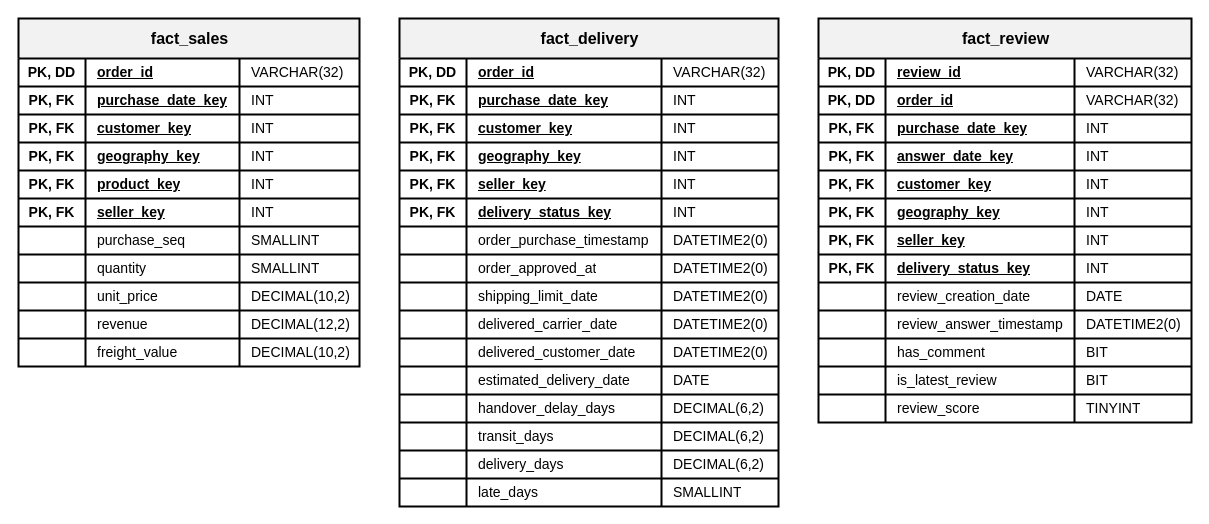
Above: page "[Seminar] - Fact" (2 of 3) of docs/images/dds_schema.drawio in TrucHang676/bi-miniproject (draw.io), before the change. Source tidied: cells renumbered, new cells numbered last; positions are measured from the earlier drawing's top-left corner, leaving out a move shared by most shapes. Both pictures are drawn from the tidied source at 100%, with x=0, y=0 at pixel (18, 18).
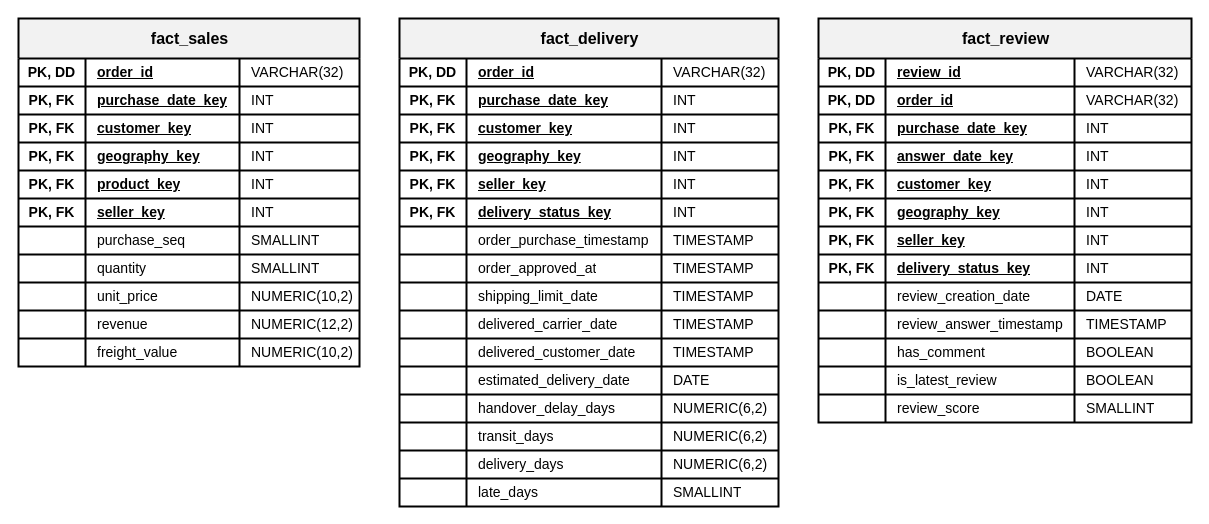
Above is the later version.

Unchanged cells that the change refers to:
```xml
<mxCell id="35" style="shape=tableRow;horizontal=0;startSize=0;swimlaneHead=0;swimlaneBody=0;strokeColor=inherit;top=0;left=0;bottom=0;right=0;fillColor=none;html=1;" parent="2" vertex="1">
  <mxGeometry y="264" width="341" height="28" as="geometry" />
</mxCell>
<mxCell id="39" style="shape=tableRow;horizontal=0;startSize=0;swimlaneHead=0;swimlaneBody=0;strokeColor=inherit;top=0;left=0;bottom=0;right=0;fillColor=none;html=1;" parent="2" vertex="1">
  <mxGeometry y="292" width="341" height="28" as="geometry" />
</mxCell>
<mxCell id="43" style="shape=tableRow;horizontal=0;startSize=0;swimlaneHead=0;swimlaneBody=0;strokeColor=inherit;top=0;left=0;bottom=0;right=0;fillColor=none;html=1;" parent="2" vertex="1">
  <mxGeometry y="320" width="341" height="28" as="geometry" />
</mxCell>
<mxCell id="72" style="shape=tableRow;horizontal=0;startSize=0;swimlaneHead=0;swimlaneBody=0;strokeColor=inherit;top=0;left=0;bottom=0;right=0;fillColor=none;html=1;" parent="47" vertex="1">
  <mxGeometry y="208" width="379" height="28" as="geometry" />
</mxCell>
<mxCell id="76" style="shape=tableRow;horizontal=0;startSize=0;swimlaneHead=0;swimlaneBody=0;strokeColor=inherit;top=0;left=0;bottom=0;right=0;fillColor=none;html=1;" parent="47" vertex="1">
  <mxGeometry y="236" width="379" height="28" as="geometry" />
</mxCell>
<mxCell id="80" style="shape=tableRow;horizontal=0;startSize=0;swimlaneHead=0;swimlaneBody=0;strokeColor=inherit;top=0;left=0;bottom=0;right=0;fillColor=none;html=1;" parent="47" vertex="1">
  <mxGeometry y="264" width="379" height="28" as="geometry" />
</mxCell>
<mxCell id="84" style="shape=tableRow;horizontal=0;startSize=0;swimlaneHead=0;swimlaneBody=0;strokeColor=inherit;top=0;left=0;bottom=0;right=0;fillColor=none;html=1;" parent="47" vertex="1">
  <mxGeometry y="292" width="379" height="28" as="geometry" />
</mxCell>
<mxCell id="88" style="shape=tableRow;horizontal=0;startSize=0;swimlaneHead=0;swimlaneBody=0;strokeColor=inherit;top=0;left=0;bottom=0;right=0;fillColor=none;html=1;" parent="47" vertex="1">
  <mxGeometry y="320" width="379" height="28" as="geometry" />
</mxCell>
<mxCell id="96" style="shape=tableRow;horizontal=0;startSize=0;swimlaneHead=0;swimlaneBody=0;strokeColor=inherit;top=0;left=0;bottom=0;right=0;fillColor=none;html=1;" parent="47" vertex="1">
  <mxGeometry y="376" width="379" height="28" as="geometry" />
</mxCell>
<mxCell id="100" style="shape=tableRow;horizontal=0;startSize=0;swimlaneHead=0;swimlaneBody=0;strokeColor=inherit;top=0;left=0;bottom=0;right=0;fillColor=none;html=1;" parent="47" vertex="1">
  <mxGeometry y="404" width="379" height="28" as="geometry" />
</mxCell>
<mxCell id="104" style="shape=tableRow;horizontal=0;startSize=0;swimlaneHead=0;swimlaneBody=0;strokeColor=inherit;top=0;left=0;bottom=0;right=0;fillColor=none;html=1;" parent="47" vertex="1">
  <mxGeometry y="432" width="379" height="28" as="geometry" />
</mxCell>
<mxCell id="149" style="shape=tableRow;horizontal=0;startSize=0;swimlaneHead=0;swimlaneBody=0;strokeColor=inherit;top=0;left=0;bottom=0;right=0;fillColor=none;html=1;" parent="112" vertex="1">
  <mxGeometry y="292" width="373" height="28" as="geometry" />
</mxCell>
<mxCell id="153" style="shape=tableRow;horizontal=0;startSize=0;swimlaneHead=0;swimlaneBody=0;strokeColor=inherit;top=0;left=0;bottom=0;right=0;fillColor=none;html=1;" parent="112" vertex="1">
  <mxGeometry y="320" width="373" height="28" as="geometry" />
</mxCell>
<mxCell id="157" style="shape=tableRow;horizontal=0;startSize=0;swimlaneHead=0;swimlaneBody=0;strokeColor=inherit;top=0;left=0;bottom=0;right=0;fillColor=none;html=1;" parent="112" vertex="1">
  <mxGeometry y="348" width="373" height="28" as="geometry" />
</mxCell>
<mxCell id="161" style="shape=tableRow;horizontal=0;startSize=0;swimlaneHead=0;swimlaneBody=0;strokeColor=inherit;top=0;left=0;bottom=0;right=0;fillColor=none;html=1;" parent="112" vertex="1">
  <mxGeometry y="376" width="373" height="28" as="geometry" />
</mxCell>
```

What changed in the source:
```diff
@@
-    <mxCell id="38" value="DECIMAL(10,2)" style="shape=partialRectangle;html=1;whiteSpace=wrap;strokeColor=inherit;overflow=hidden;fillColor=none;top=0;left=0;bottom=0;right=0;fontFamily=Arial;fontSize=14;fontColor=#000000;fontStyle=0;align=left;spacingLeft=10;" parent="35" vertex="1">
+    <mxCell id="38" value="NUMERIC(10,2)" style="shape=partialRectangle;html=1;whiteSpace=wrap;strokeColor=inherit;overflow=hidden;fillColor=none;top=0;left=0;bottom=0;right=0;fontFamily=Arial;fontSize=14;fontColor=#000000;fontStyle=0;align=left;spacingLeft=10;" parent="35" vertex="1">
       <mxGeometry x="221" width="120" height="28" as="geometry" />
     </mxCell>
@@
-    <mxCell id="42" value="DECIMAL(12,2)" style="shape=partialRectangle;html=1;whiteSpace=wrap;strokeColor=inherit;overflow=hidden;fillColor=none;top=0;left=0;bottom=0;right=0;fontFamily=Arial;fontSize=14;fontColor=#000000;fontStyle=0;align=left;spacingLeft=10;" parent="39" vertex="1">
+    <mxCell id="42" value="NUMERIC(12,2)" style="shape=partialRectangle;html=1;whiteSpace=wrap;strokeColor=inherit;overflow=hidden;fillColor=none;top=0;left=0;bottom=0;right=0;fontFamily=Arial;fontSize=14;fontColor=#000000;fontStyle=0;align=left;spacingLeft=10;" parent="39" vertex="1">
       <mxGeometry x="221" width="120" height="28" as="geometry" />
     </mxCell>
@@
-    <mxCell id="46" value="DECIMAL(10,2)" style="shape=partialRectangle;html=1;whiteSpace=wrap;strokeColor=inherit;overflow=hidden;fillColor=none;top=0;left=0;bottom=0;right=0;fontFamily=Arial;fontSize=14;fontColor=#000000;fontStyle=0;align=left;spacingLeft=10;" parent="43" vertex="1">
+    <mxCell id="46" value="NUMERIC(10,2)" style="shape=partialRectangle;html=1;whiteSpace=wrap;strokeColor=inherit;overflow=hidden;fillColor=none;top=0;left=0;bottom=0;right=0;fontFamily=Arial;fontSize=14;fontColor=#000000;fontStyle=0;align=left;spacingLeft=10;" parent="43" vertex="1">
       <mxGeometry x="221" width="120" height="28" as="geometry" />
     </mxCell>
@@
-    <mxCell id="75" value="DATETIME2(0)" style="shape=partialRectangle;html=1;whiteSpace=wrap;strokeColor=inherit;overflow=hidden;fillColor=none;top=0;left=0;bottom=0;right=0;fontFamily=Arial;fontSize=14;fontColor=#000000;fontStyle=0;align=left;spacingLeft=10;" parent="72" vertex="1">
+    <mxCell id="75" value="TIMESTAMP" style="shape=partialRectangle;html=1;whiteSpace=wrap;strokeColor=inherit;overflow=hidden;fillColor=none;top=0;left=0;bottom=0;right=0;fontFamily=Arial;fontSize=14;fontColor=#000000;fontStyle=0;align=left;spacingLeft=10;" parent="72" vertex="1">
       <mxGeometry x="262" width="117" height="28" as="geometry" />
     </mxCell>
@@
-    <mxCell id="79" value="DATETIME2(0)" style="shape=partialRectangle;html=1;whiteSpace=wrap;strokeColor=inherit;overflow=hidden;fillColor=none;top=0;left=0;bottom=0;right=0;fontFamily=Arial;fontSize=14;fontColor=#000000;fontStyle=0;align=left;spacingLeft=10;" parent="76" vertex="1">
+    <mxCell id="79" value="TIMESTAMP" style="shape=partialRectangle;html=1;whiteSpace=wrap;strokeColor=inherit;overflow=hidden;fillColor=none;top=0;left=0;bottom=0;right=0;fontFamily=Arial;fontSize=14;fontColor=#000000;fontStyle=0;align=left;spacingLeft=10;" parent="76" vertex="1">
       <mxGeometry x="262" width="117" height="28" as="geometry" />
     </mxCell>
@@
-    <mxCell id="83" value="DATETIME2(0)" style="shape=partialRectangle;html=1;whiteSpace=wrap;strokeColor=inherit;overflow=hidden;fillColor=none;top=0;left=0;bottom=0;right=0;fontFamily=Arial;fontSize=14;fontColor=#000000;fontStyle=0;align=left;spacingLeft=10;" parent="80" vertex="1">
+    <mxCell id="83" value="TIMESTAMP" style="shape=partialRectangle;html=1;whiteSpace=wrap;strokeColor=inherit;overflow=hidden;fillColor=none;top=0;left=0;bottom=0;right=0;fontFamily=Arial;fontSize=14;fontColor=#000000;fontStyle=0;align=left;spacingLeft=10;" parent="80" vertex="1">
       <mxGeometry x="262" width="117" height="28" as="geometry" />
     </mxCell>
@@
-    <mxCell id="87" value="DATETIME2(0)" style="shape=partialRectangle;html=1;whiteSpace=wrap;strokeColor=inherit;overflow=hidden;fillColor=none;top=0;left=0;bottom=0;right=0;fontFamily=Arial;fontSize=14;fontColor=#000000;fontStyle=0;align=left;spacingLeft=10;" parent="84" vertex="1">
+    <mxCell id="87" value="TIMESTAMP" style="shape=partialRectangle;html=1;whiteSpace=wrap;strokeColor=inherit;overflow=hidden;fillColor=none;top=0;left=0;bottom=0;right=0;fontFamily=Arial;fontSize=14;fontColor=#000000;fontStyle=0;align=left;spacingLeft=10;" parent="84" vertex="1">
       <mxGeometry x="262" width="117" height="28" as="geometry" />
     </mxCell>
@@
-    <mxCell id="91" value="DATETIME2(0)" style="shape=partialRectangle;html=1;whiteSpace=wrap;strokeColor=inherit;overflow=hidden;fillColor=none;top=0;left=0;bottom=0;right=0;fontFamily=Arial;fontSize=14;fontColor=#000000;fontStyle=0;align=left;spacingLeft=10;" parent="88" vertex="1">
+    <mxCell id="91" value="TIMESTAMP" style="shape=partialRectangle;html=1;whiteSpace=wrap;strokeColor=inherit;overflow=hidden;fillColor=none;top=0;left=0;bottom=0;right=0;fontFamily=Arial;fontSize=14;fontColor=#000000;fontStyle=0;align=left;spacingLeft=10;" parent="88" vertex="1">
       <mxGeometry x="262" width="117" height="28" as="geometry" />
     </mxCell>
@@
-    <mxCell id="99" value="DECIMAL(6,2)" style="shape=partialRectangle;html=1;whiteSpace=wrap;strokeColor=inherit;overflow=hidden;fillColor=none;top=0;left=0;bottom=0;right=0;fontFamily=Arial;fontSize=14;fontColor=#000000;fontStyle=0;align=left;spacingLeft=10;" parent="96" vertex="1">
+    <mxCell id="99" value="NUMERIC(6,2)" style="shape=partialRectangle;html=1;whiteSpace=wrap;strokeColor=inherit;overflow=hidden;fillColor=none;top=0;left=0;bottom=0;right=0;fontFamily=Arial;fontSize=14;fontColor=#000000;fontStyle=0;align=left;spacingLeft=10;" parent="96" vertex="1">
       <mxGeometry x="262" width="117" height="28" as="geometry" />
     </mxCell>
@@
-    <mxCell id="103" value="DECIMAL(6,2)" style="shape=partialRectangle;html=1;whiteSpace=wrap;strokeColor=inherit;overflow=hidden;fillColor=none;top=0;left=0;bottom=0;right=0;fontFamily=Arial;fontSize=14;fontColor=#000000;fontStyle=0;align=left;spacingLeft=10;" parent="100" vertex="1">
+    <mxCell id="103" value="NUMERIC(6,2)" style="shape=partialRectangle;html=1;whiteSpace=wrap;strokeColor=inherit;overflow=hidden;fillColor=none;top=0;left=0;bottom=0;right=0;fontFamily=Arial;fontSize=14;fontColor=#000000;fontStyle=0;align=left;spacingLeft=10;" parent="100" vertex="1">
       <mxGeometry x="262" width="117" height="28" as="geometry" />
     </mxCell>
@@
-    <mxCell id="107" value="DECIMAL(6,2)" style="shape=partialRectangle;html=1;whiteSpace=wrap;strokeColor=inherit;overflow=hidden;fillColor=none;top=0;left=0;bottom=0;right=0;fontFamily=Arial;fontSize=14;fontColor=#000000;fontStyle=0;align=left;spacingLeft=10;" parent="104" vertex="1">
+    <mxCell id="107" value="NUMERIC(6,2)" style="shape=partialRectangle;html=1;whiteSpace=wrap;strokeColor=inherit;overflow=hidden;fillColor=none;top=0;left=0;bottom=0;right=0;fontFamily=Arial;fontSize=14;fontColor=#000000;fontStyle=0;align=left;spacingLeft=10;" parent="104" vertex="1">
       <mxGeometry x="262" width="117" height="28" as="geometry" />
     </mxCell>
@@
-    <mxCell id="152" value="DATETIME2(0)" style="shape=partialRectangle;html=1;whiteSpace=wrap;strokeColor=inherit;overflow=hidden;fillColor=none;top=0;left=0;bottom=0;right=0;fontFamily=Arial;fontSize=14;fontColor=#000000;fontStyle=0;align=left;spacingLeft=10;" parent="149" vertex="1">
+    <mxCell id="152" value="TIMESTAMP" style="shape=partialRectangle;html=1;whiteSpace=wrap;strokeColor=inherit;overflow=hidden;fillColor=none;top=0;left=0;bottom=0;right=0;fontFamily=Arial;fontSize=14;fontColor=#000000;fontStyle=0;align=left;spacingLeft=10;" parent="149" vertex="1">
       <mxGeometry x="256" width="117" height="28" as="geometry" />
     </mxCell>
@@
-    <mxCell id="156" value="BIT" style="shape=partialRectangle;html=1;whiteSpace=wrap;strokeColor=inherit;overflow=hidden;fillColor=none;top=0;left=0;bottom=0;right=0;fontFamily=Arial;fontSize=14;fontColor=#000000;fontStyle=0;align=left;spacingLeft=10;" parent="153" vertex="1">
+    <mxCell id="156" value="BOOLEAN" style="shape=partialRectangle;html=1;whiteSpace=wrap;strokeColor=inherit;overflow=hidden;fillColor=none;top=0;left=0;bottom=0;right=0;fontFamily=Arial;fontSize=14;fontColor=#000000;fontStyle=0;align=left;spacingLeft=10;" parent="153" vertex="1">
       <mxGeometry x="256" width="117" height="28" as="geometry" />
     </mxCell>
@@
-    <mxCell id="160" value="BIT" style="shape=partialRectangle;html=1;whiteSpace=wrap;strokeColor=inherit;overflow=hidden;fillColor=none;top=0;left=0;bottom=0;right=0;fontFamily=Arial;fontSize=14;fontColor=#000000;fontStyle=0;align=left;spacingLeft=10;" parent="157" vertex="1">
+    <mxCell id="160" value="BOOLEAN" style="shape=partialRectangle;html=1;whiteSpace=wrap;strokeColor=inherit;overflow=hidden;fillColor=none;top=0;left=0;bottom=0;right=0;fontFamily=Arial;fontSize=14;fontColor=#000000;fontStyle=0;align=left;spacingLeft=10;" parent="157" vertex="1">
       <mxGeometry x="256" width="117" height="28" as="geometry" />
     </mxCell>
@@
-    <mxCell id="164" value="TINYINT" style="shape=partialRectangle;html=1;whiteSpace=wrap;strokeColor=inherit;overflow=hidden;fillColor=none;top=0;left=0;bottom=0;right=0;fontFamily=Arial;fontSize=14;fontColor=#000000;fontStyle=0;align=left;spacingLeft=10;" parent="161" vertex="1">
+    <mxCell id="164" value="SMALLINT" style="shape=partialRectangle;html=1;whiteSpace=wrap;strokeColor=inherit;overflow=hidden;fillColor=none;top=0;left=0;bottom=0;right=0;fontFamily=Arial;fontSize=14;fontColor=#000000;fontStyle=0;align=left;spacingLeft=10;" parent="161" vertex="1">
       <mxGeometry x="256" width="117" height="28" as="geometry" />
     </mxCell>
```
